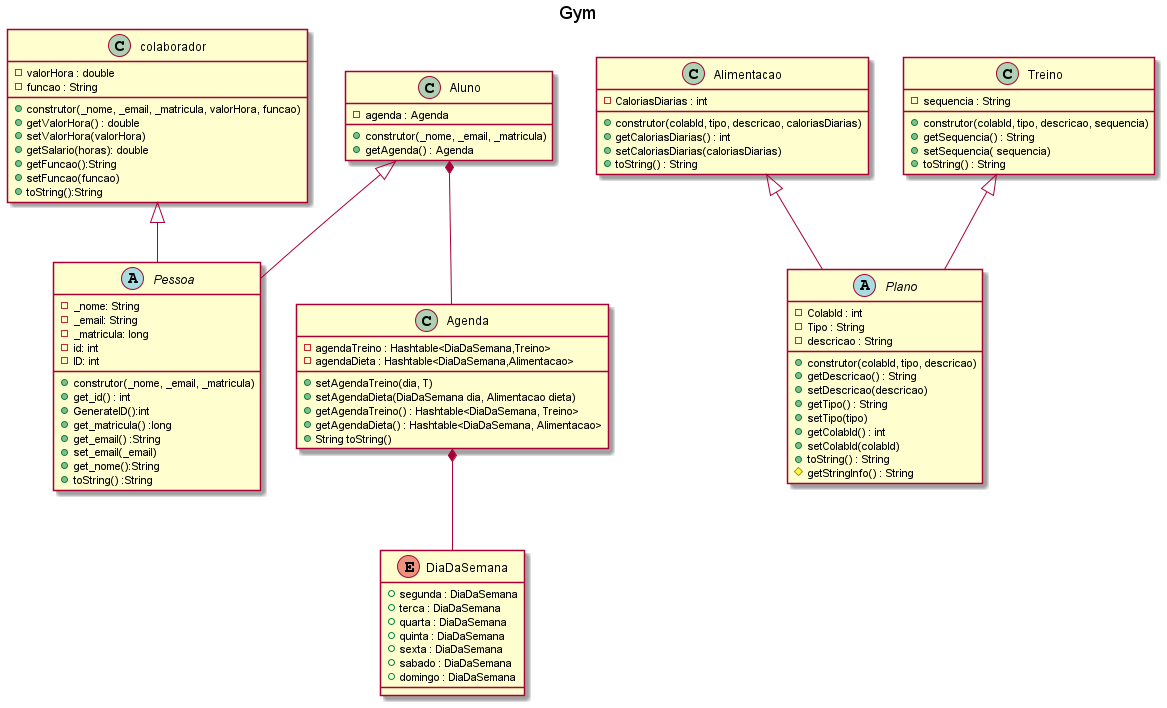
The PlantUML diagram POOGIM/Diagrama/Gym.png in chanbito/POO2021-2, before a commit. Its diagram source:
```plantuml
@startuml Gym
title Gym

abstract class Pessoa {
    - _nome: String
    - _email: String
    -  _matricula: long
    - id: int
    - ID: int
    + construtor(_nome, _email, _matricula)
    + get_id() : int
    + GenerateID():int
    + get_matricula() :long
    + get_email() :String
    + set_email(_email)
    + get_nome():String
    + toString() :String
}
class Aluno {
    -agenda : Agenda
    +construtor(_nome, _email, _matricula)
    +getAgenda() : Agenda
}
class colaborador {
    - valorHora : double
    - funcao : String
    +construtor(_nome, _email, _matricula, valorHora, funcao)
    +getValorHora() : double
    +setValorHora(valorHora)
    +getSalario(horas): double
    +getFuncao():String
    +setFuncao(funcao)
    +toString():String
}
class Agenda {
    - agendaTreino : Hashtable<DiaDaSemana,Treino>
    - agendaDieta : Hashtable<DiaDaSemana,Alimentacao>
    + setAgendaTreino(dia, T)
    + setAgendaDieta(DiaDaSemana dia, Alimentacao dieta)
    + getAgendaTreino() : Hashtable<DiaDaSemana, Treino>
    + getAgendaDieta() : Hashtable<DiaDaSemana, Alimentacao>
    + String toString()
}
enum DiaDaSemana {
    +segunda : DiaDaSemana
    +terca : DiaDaSemana
    +quarta : DiaDaSemana
    +quinta : DiaDaSemana
    +sexta : DiaDaSemana
    +sabado : DiaDaSemana
    +domingo : DiaDaSemana
}
class Alimentacao {
    - CaloriasDiarias : int
    + construtor(colabId, tipo, descricao, caloriasDiarias)
    + getCaloriasDiarias() : int
    + setCaloriasDiarias(caloriasDiarias)
    + toString() : String
}
abstract class Plano {
    - ColabId : int
    - Tipo : String
    - descricao : String
    + construtor(colabId, tipo, descricao)
    + getDescricao() : String
    + setDescricao(descricao)
    + getTipo() : String
    + setTipo(tipo)
    + getColabId() : int
    + setColabId(colabId)
    + toString() : String
    # getStringInfo() : String
}
class Treino {
    - sequencia : String
    + construtor(colabId, tipo, descricao, sequencia)
    + getSequencia() : String
    + setSequencia( sequencia)
    + toString() : String
}

Treino <|-- Plano
Aluno <|-- Pessoa
colaborador <|-- Pessoa
Agenda *-- DiaDaSemana
Aluno *-- Agenda
Alimentacao <|-- Plano



@enduml
```
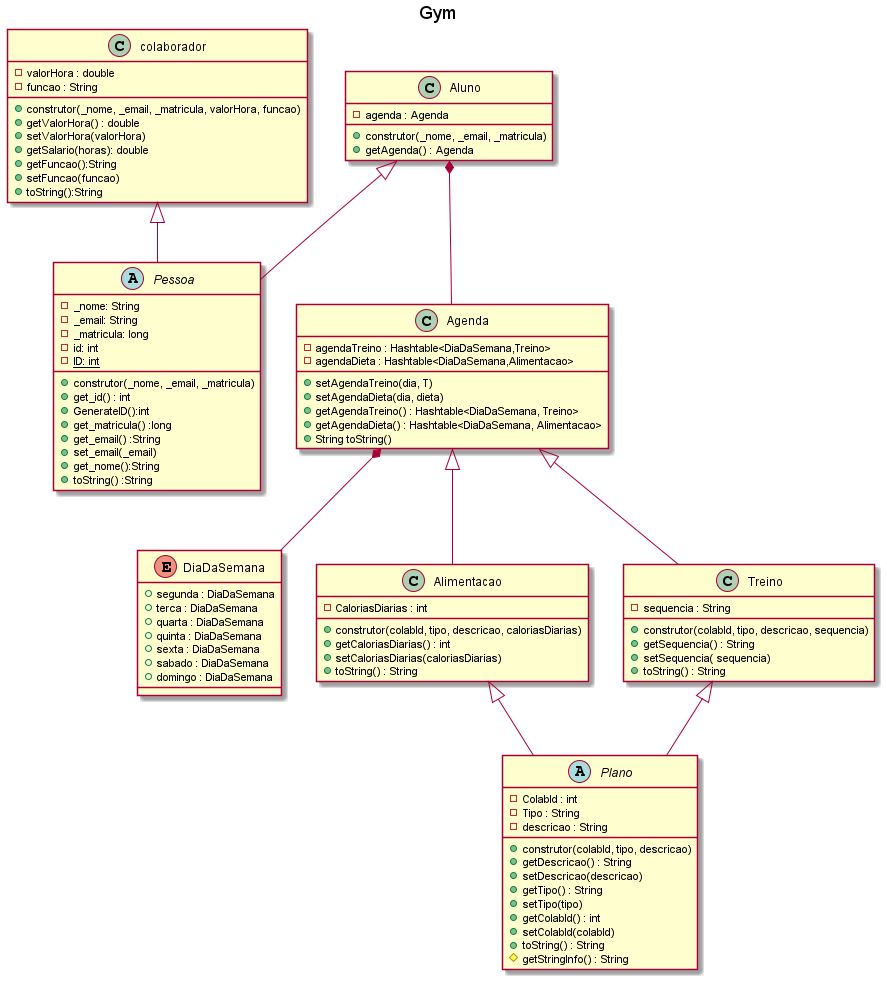
The same file after the commit.

The edit, as a diff of the source:
```diff
@@ -6,7 +6,7 @@
     - _email: String
     -  _matricula: long
     - id: int
-    - ID: int
+    - {static} ID: int
     + construtor(_nome, _email, _matricula)
     + get_id() : int
     + GenerateID():int
@@ -36,7 +36,7 @@
     - agendaTreino : Hashtable<DiaDaSemana,Treino>
     - agendaDieta : Hashtable<DiaDaSemana,Alimentacao>
     + setAgendaTreino(dia, T)
-    + setAgendaDieta(DiaDaSemana dia, Alimentacao dieta)
+    + setAgendaDieta(dia, dieta)
     + getAgendaTreino() : Hashtable<DiaDaSemana, Treino>
     + getAgendaDieta() : Hashtable<DiaDaSemana, Alimentacao>
     + String toString()
@@ -81,11 +81,11 @@
 
 Treino <|-- Plano
 Aluno <|-- Pessoa
+Agenda <|-- Treino
+Agenda <|-- Alimentacao
 colaborador <|-- Pessoa
 Agenda *-- DiaDaSemana
 Aluno *-- Agenda
 Alimentacao <|-- Plano
 
-
-
 @enduml
```
